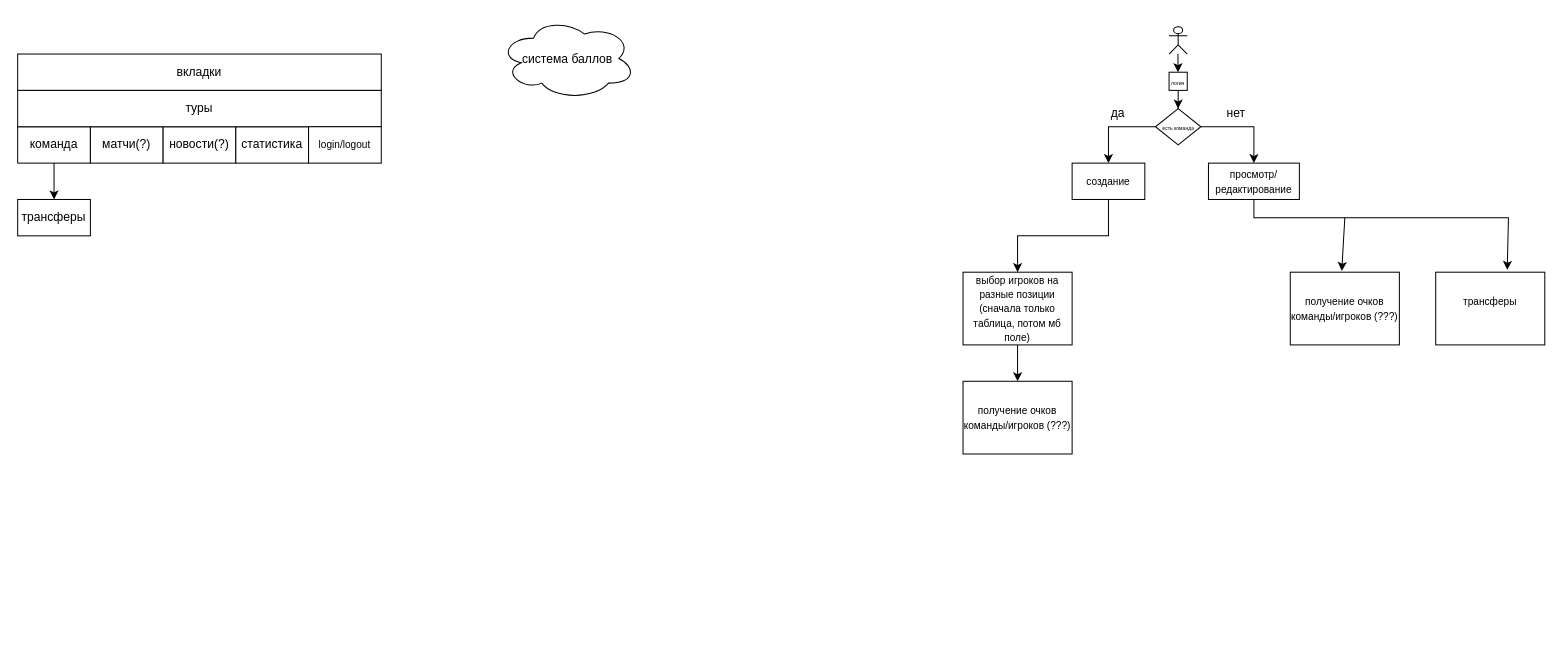
This is Untitled Diagram.drawio from kaiiisaka/draws, a draw.io file, before an edit. Source tidied: cells renumbered, new cells numbered last; positions are measured from the earlier drawing's top-left corner, leaving out a move shared by most shapes. Both pictures are drawn from the tidied source at 101%, with x=0, y=0 at pixel (17, 17).
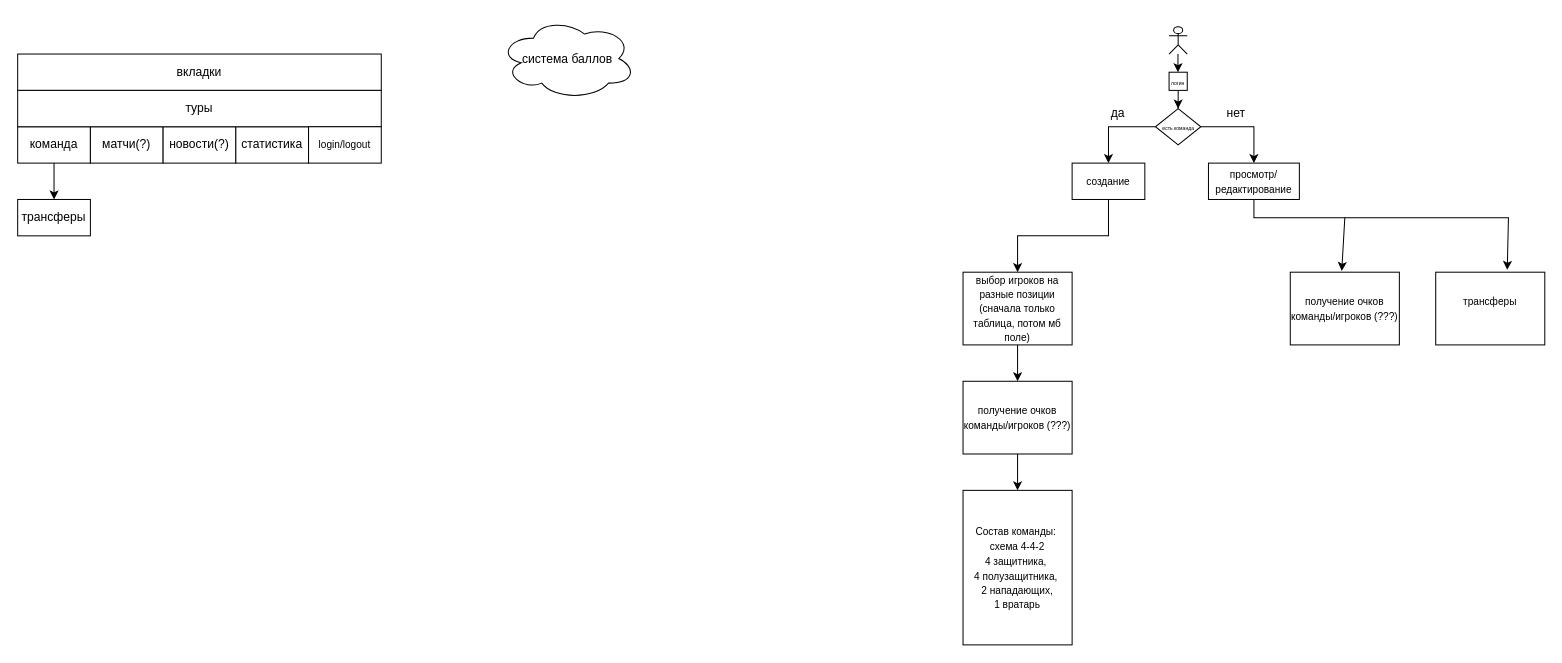
Above is the later version.

The change refers to these unchanged cells:
```xml
<mxCell id="26" value="&lt;font size=&quot;1&quot;&gt;получение очков команды/игроков (???)&lt;/font&gt;" style="whiteSpace=wrap;html=1;rounded=0;" parent="1" vertex="1">
  <mxGeometry x="936" y="360" width="108" height="72" as="geometry" />
</mxCell>
```

Diff of the diagram source:
```diff
@@
+    <mxCell id="31" style="edgeStyle=orthogonalEdgeStyle;rounded=0;jettySize=auto;html=1;" parent="1" edge="1" source="26" target="32">
+      <mxGeometry relative="1" as="geometry" />
+    </mxCell>
@@
+    <mxCell id="32" value="&lt;font size=&quot;1&quot;&gt;Состав команды:&amp;nbsp;&lt;/font&gt;&lt;div&gt;&lt;font size=&quot;1&quot;&gt;схема 4-4-2&lt;/font&gt;&lt;/div&gt;&lt;div&gt;&lt;font size=&quot;1&quot;&gt;4 защитника,&amp;nbsp;&lt;/font&gt;&lt;/div&gt;&lt;div&gt;&lt;font size=&quot;1&quot;&gt;4 полузащитника,&amp;nbsp;&lt;/font&gt;&lt;/div&gt;&lt;div&gt;&lt;font size=&quot;1&quot;&gt;2 нападающих,&lt;/font&gt;&lt;/div&gt;&lt;div&gt;&lt;font size=&quot;1&quot;&gt;1 вратарь&lt;/font&gt;&lt;/div&gt;" style="whiteSpace=wrap;html=1;rounded=0;" parent="1" vertex="1">
+      <mxGeometry x="936" y="468" width="108" height="153" as="geometry" />
+    </mxCell>
```
